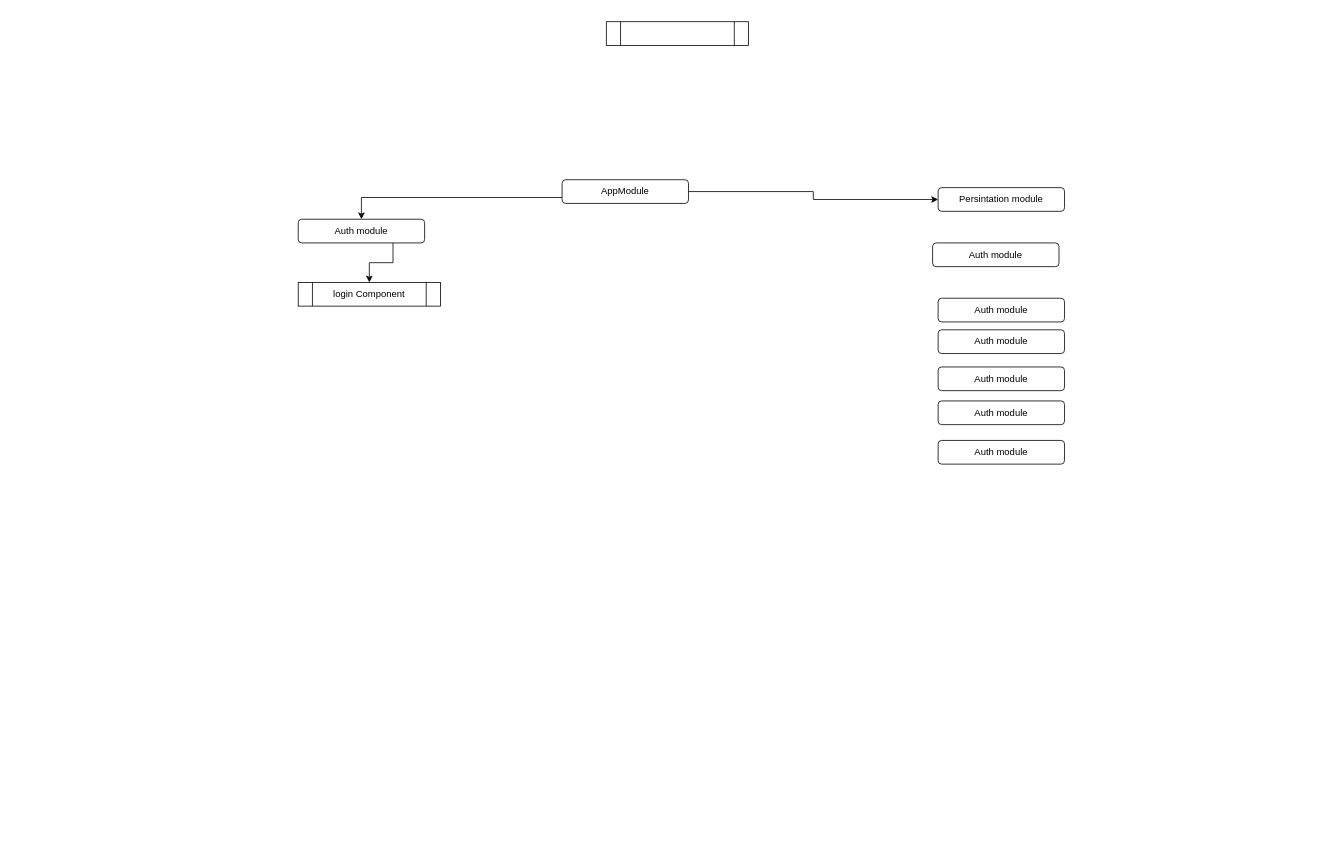
Ftohtarek/digram keeps this draw.io diagram as adminStructure.drawio. Above is the earlier version. Source tidied: cells renumbered, new cells numbered last; positions are measured from the earlier drawing's top-left corner, leaving out a move shared by most shapes. Both pictures are drawn from the tidied source at 79%, with x=0, y=0 at pixel (298, 21).
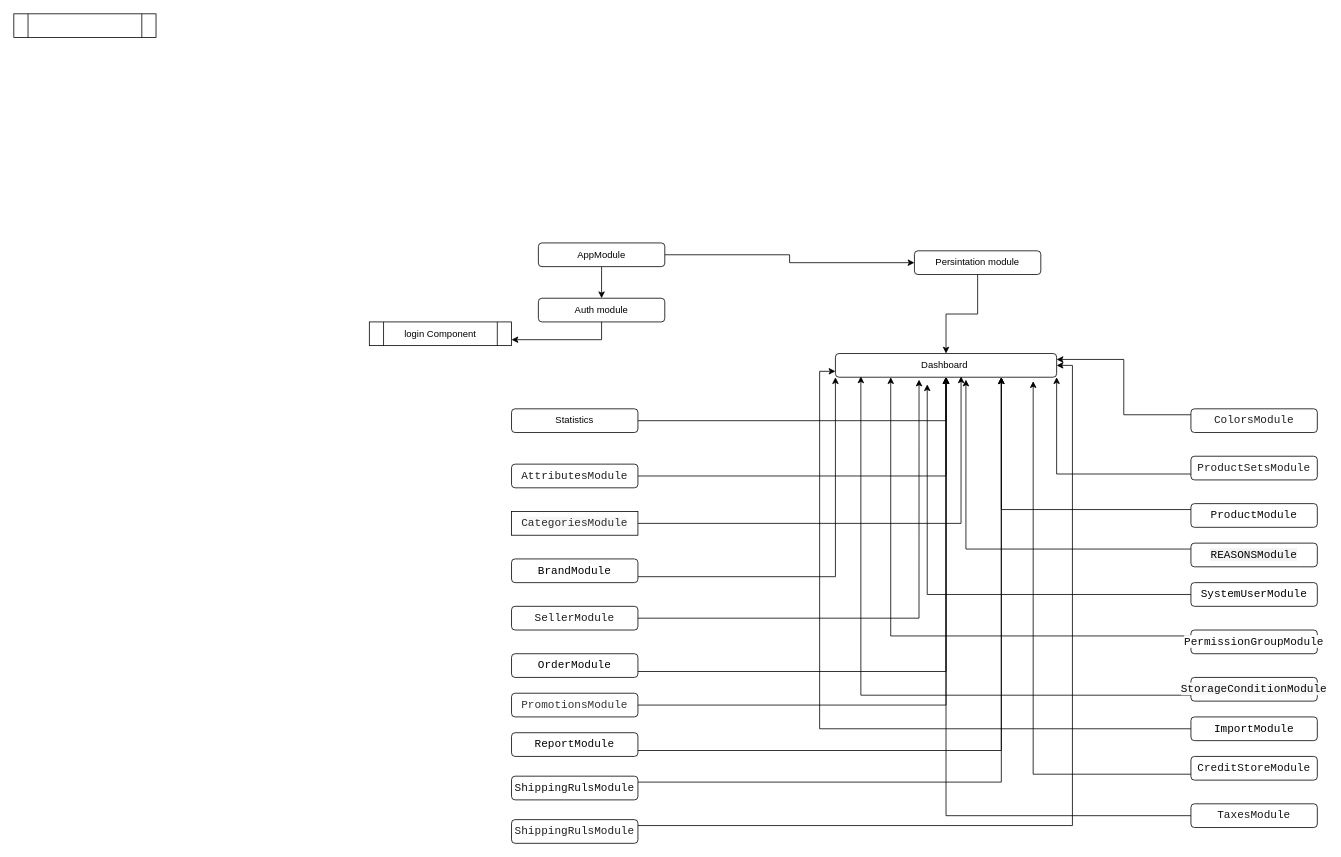
After the change.

The edit, as a diff of the source:
```diff
@@
+    <mxCell id="18" style="edgeStyle=orthogonalEdgeStyle;rounded=0;jettySize=auto;html=1;exitX=0.5;exitY=1;exitDx=0;exitDy=0;" parent="1" edge="1" source="2" target="16">
+      <mxGeometry relative="1" as="geometry" />
+    </mxCell>
     <mxCell id="2" value="Persintation module" style="rounded=1;whiteSpace=wrap;html=1;" parent="1" vertex="1">
-      <mxGeometry x="810" y="210" width="160" height="30" as="geometry" />
+      <mxGeometry x="780" y="290" width="160" height="30" as="geometry" />
     </mxCell>
+    <mxCell id="4" style="edgeStyle=orthogonalEdgeStyle;rounded=0;jettySize=auto;html=1;exitX=1;exitY=0.5;exitDx=0;exitDy=0;entryX=0;entryY=0.5;entryDx=0;entryDy=0;" parent="1" edge="1" source="5" target="2">
+      <mxGeometry relative="1" as="geometry" />
+    </mxCell>
-    <mxCell id="3" style="edgeStyle=orthogonalEdgeStyle;rounded=0;jettySize=auto;html=1;exitX=0;exitY=0.75;exitDx=0;exitDy=0;" parent="1" edge="1" source="5" target="7">
+    <mxCell id="3" style="edgeStyle=orthogonalEdgeStyle;rounded=0;jettySize=auto;html=1;exitX=0.5;exitY=1;exitDx=0;exitDy=0;entryX=0.5;entryY=0;entryDx=0;entryDy=0;" parent="1" edge="1" source="5" target="7">
       <mxGeometry relative="1" as="geometry" />
     </mxCell>
-    <mxCell id="4" style="edgeStyle=orthogonalEdgeStyle;rounded=0;jettySize=auto;html=1;exitX=1;exitY=0.5;exitDx=0;exitDy=0;entryX=0;entryY=0.5;entryDx=0;entryDy=0;" parent="1" edge="1" source="5" target="2">
-      <mxGeometry relative="1" as="geometry" />
-    </mxCell>
     <mxCell id="5" value="AppModule" style="rounded=1;whiteSpace=wrap;html=1;" parent="1" vertex="1">
-      <mxGeometry x="334" y="200" width="160" height="30" as="geometry" />
+      <mxGeometry x="304" y="280" width="160" height="30" as="geometry" />
     </mxCell>
-    <mxCell id="6" style="edgeStyle=orthogonalEdgeStyle;rounded=0;jettySize=auto;html=1;exitX=0.75;exitY=1;exitDx=0;exitDy=0;" parent="1" edge="1" source="7" target="12">
+    <mxCell id="6" style="edgeStyle=orthogonalEdgeStyle;rounded=0;jettySize=auto;html=1;exitX=0.5;exitY=1;exitDx=0;exitDy=0;entryX=1;entryY=0.75;entryDx=0;entryDy=0;" parent="1" edge="1" source="7" target="12">
       <mxGeometry relative="1" as="geometry" />
     </mxCell>
     <mxCell id="7" value="Auth module" style="rounded=1;whiteSpace=wrap;html=1;" parent="1" vertex="1">
-      <mxGeometry y="250" width="160" height="30" as="geometry" />
+      <mxGeometry x="304" y="350" width="160" height="30" as="geometry" />
     </mxCell>
@@
+    <mxCell id="19" style="edgeStyle=orthogonalEdgeStyle;rounded=0;jettySize=auto;html=1;exitX=0;exitY=0.25;exitDx=0;exitDy=0;entryX=1;entryY=0.25;entryDx=0;entryDy=0;" parent="1" edge="1" source="9" target="16">
+      <mxGeometry relative="1" as="geometry" />
+    </mxCell>
-    <mxCell id="9" value="Auth module" style="rounded=1;whiteSpace=wrap;html=1;" parent="1" vertex="1">
-      <mxGeometry x="810" y="350" width="160" height="30" as="geometry" />
+    <mxCell id="9" value="&lt;div style=&quot;font-family: Consolas, &amp;quot;Courier New&amp;quot;, monospace; font-size: 14px; line-height: 19px;&quot;&gt;&lt;font color=&quot;#1f1f1f&quot;&gt;ColorsModule&lt;/font&gt;&lt;/div&gt;" style="rounded=1;whiteSpace=wrap;html=1;" parent="1" vertex="1">
+      <mxGeometry x="1130" y="490" width="160" height="30" as="geometry" />
     </mxCell>
+    <mxCell id="20" style="edgeStyle=orthogonalEdgeStyle;rounded=0;jettySize=auto;html=1;exitX=1;exitY=0.5;exitDx=0;exitDy=0;entryX=0.5;entryY=1;entryDx=0;entryDy=0;" parent="1" edge="1" source="10" target="16">
+      <mxGeometry relative="1" as="geometry" />
+    </mxCell>
-    <mxCell id="10" value="Auth module" style="rounded=1;whiteSpace=wrap;html=1;" parent="1" vertex="1">
-      <mxGeometry x="803" y="280" width="160" height="30" as="geometry" />
+    <mxCell id="10" value="Statistics" style="rounded=1;whiteSpace=wrap;html=1;" parent="1" vertex="1">
+      <mxGeometry x="270" y="490" width="160" height="30" as="geometry" />
     </mxCell>
     <mxCell id="11" style="shape=process;whiteSpace=wrap;html=1;backgroundOutline=1;" parent="1" vertex="1">
-      <mxGeometry x="390" width="180" height="30" as="geometry" />
+      <mxGeometry x="-360" y="-10" width="180" height="30" as="geometry" />
     </mxCell>
     <mxCell id="12" value="login Component" style="shape=process;whiteSpace=wrap;html=1;backgroundOutline=1;" parent="1" vertex="1">
-      <mxGeometry y="330" width="180" height="30" as="geometry" />
+      <mxGeometry x="90" y="380" width="180" height="30" as="geometry" />
     </mxCell>
+    <mxCell id="21" style="edgeStyle=orthogonalEdgeStyle;rounded=0;jettySize=auto;html=1;exitX=1;exitY=0.5;exitDx=0;exitDy=0;" parent="1" edge="1" source="13" target="16">
+      <mxGeometry relative="1" as="geometry" />
+    </mxCell>
-    <mxCell id="13" value="Auth module" style="rounded=1;whiteSpace=wrap;html=1;" parent="1" vertex="1">
-      <mxGeometry x="810" y="390" width="160" height="30" as="geometry" />
+    <mxCell id="13" value="&lt;div style=&quot;font-family: Consolas, &amp;quot;Courier New&amp;quot;, monospace; font-size: 14px; line-height: 19px;&quot;&gt;&lt;span style=&quot;background-color: rgb(255, 255, 255);&quot;&gt;&lt;font color=&quot;#212121&quot;&gt;AttributesModule&lt;/font&gt;&lt;/span&gt;&lt;/div&gt;" style="rounded=1;whiteSpace=wrap;html=1;" parent="1" vertex="1">
+      <mxGeometry x="270" y="560" width="160" height="30" as="geometry" />
     </mxCell>
+    <mxCell id="22" style="edgeStyle=orthogonalEdgeStyle;rounded=0;jettySize=auto;html=1;entryX=0;entryY=0.75;entryDx=0;entryDy=0;" parent="1" edge="1" source="14" target="16">
+      <mxGeometry relative="1" as="geometry" />
+    </mxCell>
-    <mxCell id="14" value="Auth module" style="rounded=1;whiteSpace=wrap;html=1;" parent="1" vertex="1">
-      <mxGeometry x="810" y="437" width="160" height="30" as="geometry" />
+    <mxCell id="14" value="&lt;div style=&quot;font-family: Consolas, &amp;quot;Courier New&amp;quot;, monospace; font-size: 14px; line-height: 19px;&quot;&gt;&lt;div style=&quot;line-height: 19px;&quot;&gt;&lt;span style=&quot;background-color: rgb(252, 252, 252);&quot;&gt;ImportModule&lt;/span&gt;&lt;/div&gt;&lt;/div&gt;" style="rounded=1;whiteSpace=wrap;html=1;" parent="1" vertex="1">
+      <mxGeometry x="1130" y="880" width="160" height="30" as="geometry" />
     </mxCell>
+    <mxCell id="23" style="edgeStyle=orthogonalEdgeStyle;rounded=0;jettySize=auto;html=1;exitX=0;exitY=0.75;exitDx=0;exitDy=0;entryX=1;entryY=1;entryDx=0;entryDy=0;" parent="1" edge="1" source="15" target="16">
+      <mxGeometry relative="1" as="geometry" />
+    </mxCell>
-    <mxCell id="15" value="Auth module" style="rounded=1;whiteSpace=wrap;html=1;" parent="1" vertex="1">
-      <mxGeometry x="810" y="480" width="160" height="30" as="geometry" />
+    <mxCell id="15" value="&lt;div style=&quot;font-family: Consolas, &amp;quot;Courier New&amp;quot;, monospace; font-size: 14px; line-height: 19px;&quot;&gt;&lt;span style=&quot;background-color: rgb(255, 255, 255);&quot;&gt;&lt;font color=&quot;#1f1f1f&quot;&gt;ProductSetsModule&lt;/font&gt;&lt;/span&gt;&lt;/div&gt;" style="rounded=1;whiteSpace=wrap;html=1;" parent="1" vertex="1">
+      <mxGeometry x="1130" y="550" width="160" height="30" as="geometry" />
     </mxCell>
-    <mxCell id="16" value="Auth module" style="rounded=1;whiteSpace=wrap;html=1;" parent="1" vertex="1">
-      <mxGeometry x="810" y="530" width="160" height="30" as="geometry" />
+    <mxCell id="16" value="Dashboard&amp;nbsp;" style="rounded=1;whiteSpace=wrap;html=1;" parent="1" vertex="1">
+      <mxGeometry x="680" y="420" width="280" height="30" as="geometry" />
     </mxCell>
-    <mxCell id="17" style="edgeStyle=orthogonalEdgeStyle;rounded=0;orthogonalLoop=1;jettySize=auto;html=1;exitX=0.5;exitY=1;exitDx=0;exitDy=0;" parent="1" edge="1" source="13" target="13">
-      <mxGeometry relative="1" as="geometry" />
+    <mxCell id="17" style="edgeStyle=orthogonalEdgeStyle;rounded=0;orthogonalLoop=1;jettySize=auto;html=1;exitX=0.5;exitY=1;exitDx=0;exitDy=0;" parent="1" edge="1">
+      <mxGeometry relative="1" as="geometry">
+        <mxPoint x="470" y="570" as="sourcePoint" />
+        <mxPoint x="470" y="570" as="targetPoint" />
+      </mxGeometry>
     </mxCell>
+    <mxCell id="24" style="edgeStyle=orthogonalEdgeStyle;rounded=0;jettySize=auto;html=1;exitX=1;exitY=0.75;exitDx=0;exitDy=0;entryX=0;entryY=1;entryDx=0;entryDy=0;" parent="1" edge="1" source="25" target="16">
+      <mxGeometry relative="1" as="geometry" />
+    </mxCell>
+    <mxCell id="25" value="&lt;div style=&quot;font-family: Consolas, &amp;quot;Courier New&amp;quot;, monospace; font-size: 14px; line-height: 19px;&quot;&gt;&lt;span style=&quot;background-color: rgb(255, 255, 255);&quot;&gt;BrandModule&lt;/span&gt;&lt;/div&gt;" style="rounded=1;whiteSpace=wrap;html=1;" parent="1" vertex="1">
+      <mxGeometry x="270" y="680" width="160" height="30" as="geometry" />
+    </mxCell>
+    <mxCell id="26" style="edgeStyle=orthogonalEdgeStyle;rounded=0;jettySize=auto;html=1;exitX=0;exitY=0.25;exitDx=0;exitDy=0;entryX=0.59;entryY=1.1;entryDx=0;entryDy=0;entryPerimeter=0;" parent="1" edge="1" source="27" target="16">
+      <mxGeometry relative="1" as="geometry" />
+    </mxCell>
+    <mxCell id="27" value="&lt;div style=&quot;font-family: Consolas, &amp;quot;Courier New&amp;quot;, monospace; font-size: 14px; line-height: 19px;&quot;&gt;&lt;span style=&quot;background-color: rgb(242, 242, 242);&quot;&gt;&lt;font color=&quot;#050505&quot;&gt;REASONSModule&lt;/font&gt;&lt;/span&gt;&lt;/div&gt;" style="rounded=1;whiteSpace=wrap;html=1;" parent="1" vertex="1">
+      <mxGeometry x="1130" y="660" width="160" height="30" as="geometry" />
+    </mxCell>
+    <mxCell id="28" style="edgeStyle=orthogonalEdgeStyle;rounded=0;jettySize=auto;html=1;exitX=1;exitY=0.5;exitDx=0;exitDy=0;entryX=0.568;entryY=0.967;entryDx=0;entryDy=0;entryPerimeter=0;" parent="1" edge="1" source="29" target="16">
+      <mxGeometry relative="1" as="geometry" />
+    </mxCell>
+    <mxCell id="29" value="&lt;div style=&quot;font-family: Consolas, &amp;quot;Courier New&amp;quot;, monospace; font-size: 14px; line-height: 19px;&quot;&gt;&lt;span style=&quot;background-color: rgb(247, 247, 247);&quot;&gt;&lt;font color=&quot;#2b2b2b&quot;&gt;CategoriesModule&lt;/font&gt;&lt;/span&gt;&lt;/div&gt;" style="rounded=1;whiteSpace=wrap;html=1;arcSize=0;" parent="1" vertex="1">
+      <mxGeometry x="270" y="620" width="160" height="30" as="geometry" />
+    </mxCell>
+    <mxCell id="30" style="edgeStyle=orthogonalEdgeStyle;rounded=0;jettySize=auto;html=1;exitX=0;exitY=0.25;exitDx=0;exitDy=0;entryX=0.75;entryY=1;entryDx=0;entryDy=0;" parent="1" edge="1" source="31" target="16">
+      <mxGeometry relative="1" as="geometry" />
+    </mxCell>
+    <mxCell id="31" value="&lt;div style=&quot;font-family: Consolas, &amp;quot;Courier New&amp;quot;, monospace; font-size: 14px; line-height: 19px;&quot;&gt;&lt;span style=&quot;background-color: rgb(255, 255, 255);&quot;&gt;&lt;font color=&quot;#0a0a0a&quot;&gt;ProductModule&lt;/font&gt;&lt;/span&gt;&lt;/div&gt;" style="rounded=1;whiteSpace=wrap;html=1;" parent="1" vertex="1">
+      <mxGeometry x="1130" y="610" width="160" height="30" as="geometry" />
+    </mxCell>
+    <mxCell id="32" style="edgeStyle=orthogonalEdgeStyle;rounded=0;jettySize=auto;html=1;exitX=1;exitY=0.75;exitDx=0;exitDy=0;entryX=0.5;entryY=1;entryDx=0;entryDy=0;" parent="1" edge="1" source="33" target="16">
+      <mxGeometry relative="1" as="geometry" />
+    </mxCell>
+    <mxCell id="33" value="&lt;div style=&quot;font-family: Consolas, &amp;quot;Courier New&amp;quot;, monospace; font-size: 14px; line-height: 19px;&quot;&gt;&lt;div style=&quot;line-height: 19px;&quot;&gt;&lt;font style=&quot;&quot; color=&quot;#030303&quot;&gt;OrderModule&lt;/font&gt;&lt;/div&gt;&lt;/div&gt;" style="rounded=1;whiteSpace=wrap;html=1;" parent="1" vertex="1">
+      <mxGeometry x="270" y="800" width="160" height="30" as="geometry" />
+    </mxCell>
+    <mxCell id="34" style="edgeStyle=orthogonalEdgeStyle;rounded=0;jettySize=auto;html=1;exitX=0;exitY=0.75;exitDx=0;exitDy=0;entryX=0.115;entryY=0.967;entryDx=0;entryDy=0;entryPerimeter=0;" parent="1" edge="1" source="35" target="16">
+      <mxGeometry relative="1" as="geometry" />
+    </mxCell>
+    <mxCell id="35" value="&lt;div style=&quot;font-family: Consolas, &amp;quot;Courier New&amp;quot;, monospace; font-size: 14px; line-height: 19px;&quot;&gt;&lt;div style=&quot;line-height: 19px;&quot;&gt;&lt;font style=&quot;background-color: rgb(247, 247, 247);&quot; color=&quot;#080808&quot;&gt;StorageConditionModule&lt;/font&gt;&lt;/div&gt;&lt;/div&gt;" style="rounded=1;whiteSpace=wrap;html=1;" parent="1" vertex="1">
+      <mxGeometry x="1130" y="830" width="160" height="30" as="geometry" />
+    </mxCell>
+    <mxCell id="36" style="edgeStyle=orthogonalEdgeStyle;rounded=0;jettySize=auto;html=1;exitX=1;exitY=0.5;exitDx=0;exitDy=0;entryX=0.378;entryY=1.1;entryDx=0;entryDy=0;entryPerimeter=0;" parent="1" edge="1" source="37" target="16">
+      <mxGeometry relative="1" as="geometry" />
+    </mxCell>
+    <mxCell id="37" value="&lt;div style=&quot;font-family: Consolas, &amp;quot;Courier New&amp;quot;, monospace; font-size: 14px; line-height: 19px;&quot;&gt;&lt;div style=&quot;line-height: 19px;&quot;&gt;&lt;font style=&quot;background-color: rgb(255, 255, 255);&quot; color=&quot;#1c1c1c&quot;&gt;SellerModule&lt;/font&gt;&lt;/div&gt;&lt;/div&gt;" style="rounded=1;whiteSpace=wrap;html=1;" parent="1" vertex="1">
+      <mxGeometry x="270" y="740" width="160" height="30" as="geometry" />
+    </mxCell>
+    <mxCell id="38" style="edgeStyle=orthogonalEdgeStyle;rounded=0;jettySize=auto;html=1;exitX=0;exitY=0.5;exitDx=0;exitDy=0;entryX=0.415;entryY=1.3;entryDx=0;entryDy=0;entryPerimeter=0;" parent="1" edge="1" source="39" target="16">
+      <mxGeometry relative="1" as="geometry" />
+    </mxCell>
+    <mxCell id="39" value="&lt;div style=&quot;font-family: Consolas, &amp;quot;Courier New&amp;quot;, monospace; font-size: 14px; line-height: 19px;&quot;&gt;&lt;span style=&quot;background-color: rgb(255, 255, 255);&quot;&gt;SystemUserModule&lt;/span&gt;&lt;/div&gt;" style="rounded=1;whiteSpace=wrap;html=1;" parent="1" vertex="1">
+      <mxGeometry x="1130" y="710" width="160" height="30" as="geometry" />
+    </mxCell>
+    <mxCell id="40" style="edgeStyle=orthogonalEdgeStyle;rounded=0;jettySize=auto;html=1;exitX=0;exitY=0.25;exitDx=0;exitDy=0;entryX=0.25;entryY=1;entryDx=0;entryDy=0;" parent="1" edge="1" source="41" target="16">
+      <mxGeometry relative="1" as="geometry" />
+    </mxCell>
+    <mxCell id="41" value="&lt;div style=&quot;font-family: Consolas, &amp;quot;Courier New&amp;quot;, monospace; font-size: 14px; line-height: 19px;&quot;&gt;&lt;div style=&quot;line-height: 19px;&quot;&gt;&lt;font style=&quot;background-color: rgb(255, 255, 255);&quot; color=&quot;#0a0a0a&quot;&gt;PermissionGroupModule&lt;/font&gt;&lt;/div&gt;&lt;/div&gt;" style="rounded=1;whiteSpace=wrap;html=1;" parent="1" vertex="1">
+      <mxGeometry x="1130" y="770" width="160" height="30" as="geometry" />
+    </mxCell>
+    <mxCell id="42" style="edgeStyle=orthogonalEdgeStyle;rounded=0;jettySize=auto;html=1;exitX=1;exitY=0.5;exitDx=0;exitDy=0;entryX=0.5;entryY=1;entryDx=0;entryDy=0;" parent="1" edge="1" source="43" target="16">
+      <mxGeometry relative="1" as="geometry" />
+    </mxCell>
+    <mxCell id="43" value="&lt;div style=&quot;font-family: Consolas, &amp;quot;Courier New&amp;quot;, monospace; font-size: 14px; line-height: 19px;&quot;&gt;&lt;div style=&quot;line-height: 19px;&quot;&gt;&lt;div style=&quot;line-height: 19px;&quot;&gt;&lt;font style=&quot;&quot; color=&quot;#363636&quot;&gt;PromotionsModule&lt;/font&gt;&lt;/div&gt;&lt;/div&gt;&lt;/div&gt;" style="rounded=1;whiteSpace=wrap;html=1;" parent="1" vertex="1">
+      <mxGeometry x="270" y="850" width="160" height="30" as="geometry" />
+    </mxCell>
+    <mxCell id="44" style="edgeStyle=orthogonalEdgeStyle;rounded=0;jettySize=auto;html=1;exitX=0;exitY=0.75;exitDx=0;exitDy=0;entryX=0.894;entryY=1.167;entryDx=0;entryDy=0;entryPerimeter=0;" parent="1" edge="1" source="45" target="16">
+      <mxGeometry relative="1" as="geometry" />
+    </mxCell>
+    <mxCell id="45" value="&lt;div style=&quot;font-family: Consolas, &amp;quot;Courier New&amp;quot;, monospace; font-size: 14px; line-height: 19px;&quot;&gt;&lt;div style=&quot;line-height: 19px;&quot;&gt;&lt;div style=&quot;line-height: 19px;&quot;&gt;&lt;font style=&quot;&quot; color=&quot;#0f0f0f&quot;&gt;CreditStoreModule&lt;/font&gt;&lt;/div&gt;&lt;/div&gt;&lt;/div&gt;" style="rounded=1;whiteSpace=wrap;html=1;" parent="1" vertex="1">
+      <mxGeometry x="1130" y="930" width="160" height="30" as="geometry" />
+    </mxCell>
+    <mxCell id="46" style="edgeStyle=orthogonalEdgeStyle;rounded=0;jettySize=auto;html=1;exitX=1;exitY=0.25;exitDx=0;exitDy=0;entryX=1;entryY=0.5;entryDx=0;entryDy=0;" parent="1" edge="1" source="47" target="16">
+      <mxGeometry relative="1" as="geometry" />
+    </mxCell>
+    <mxCell id="47" value="&lt;div style=&quot;font-family: Consolas, &amp;quot;Courier New&amp;quot;, monospace; font-size: 14px; line-height: 19px;&quot;&gt;&lt;div style=&quot;line-height: 19px;&quot;&gt;&lt;div style=&quot;line-height: 19px;&quot;&gt;&lt;font style=&quot;&quot; color=&quot;#1f1f1f&quot;&gt;ShippingRulsModule&lt;/font&gt;&lt;/div&gt;&lt;/div&gt;&lt;/div&gt;" style="rounded=1;whiteSpace=wrap;html=1;" parent="1" vertex="1">
+      <mxGeometry x="270" y="1010" width="160" height="30" as="geometry" />
+    </mxCell>
+    <mxCell id="48" style="edgeStyle=orthogonalEdgeStyle;rounded=0;jettySize=auto;html=1;exitX=1;exitY=0.25;exitDx=0;exitDy=0;entryX=0.75;entryY=1;entryDx=0;entryDy=0;" parent="1" edge="1" source="49" target="16">
+      <mxGeometry relative="1" as="geometry" />
+    </mxCell>
+    <mxCell id="49" value="&lt;div style=&quot;font-family: Consolas, &amp;quot;Courier New&amp;quot;, monospace; font-size: 14px; line-height: 19px;&quot;&gt;&lt;div style=&quot;line-height: 19px;&quot;&gt;&lt;div style=&quot;line-height: 19px;&quot;&gt;&lt;font style=&quot;&quot; color=&quot;#121212&quot;&gt;ShippingRulsModule&lt;/font&gt;&lt;/div&gt;&lt;/div&gt;&lt;/div&gt;" style="rounded=1;whiteSpace=wrap;html=1;" parent="1" vertex="1">
+      <mxGeometry x="270" y="955" width="160" height="30" as="geometry" />
+    </mxCell>
+    <mxCell id="50" style="edgeStyle=orthogonalEdgeStyle;rounded=0;jettySize=auto;html=1;exitX=0;exitY=0.5;exitDx=0;exitDy=0;" parent="1" edge="1" source="51" target="16">
+      <mxGeometry relative="1" as="geometry" />
+    </mxCell>
+    <mxCell id="51" value="&lt;div style=&quot;font-family: Consolas, &amp;quot;Courier New&amp;quot;, monospace; font-size: 14px; line-height: 19px;&quot;&gt;&lt;div style=&quot;line-height: 19px;&quot;&gt;&lt;div style=&quot;line-height: 19px;&quot;&gt;&lt;font style=&quot;&quot; color=&quot;#171717&quot;&gt;TaxesModule&lt;/font&gt;&lt;/div&gt;&lt;/div&gt;&lt;/div&gt;" style="rounded=1;whiteSpace=wrap;html=1;" parent="1" vertex="1">
+      <mxGeometry x="1130" y="990" width="160" height="30" as="geometry" />
+    </mxCell>
+    <mxCell id="52" style="edgeStyle=orthogonalEdgeStyle;rounded=0;jettySize=auto;html=1;exitX=1;exitY=0.75;exitDx=0;exitDy=0;entryX=0.75;entryY=1;entryDx=0;entryDy=0;" parent="1" edge="1" source="53" target="16">
+      <mxGeometry relative="1" as="geometry" />
+    </mxCell>
+    <mxCell id="53" value="&lt;div style=&quot;font-family: Consolas, &amp;quot;Courier New&amp;quot;, monospace; font-size: 14px; line-height: 19px;&quot;&gt;&lt;div style=&quot;line-height: 19px;&quot;&gt;&lt;div style=&quot;line-height: 19px;&quot;&gt;&lt;font style=&quot;&quot; color=&quot;#030303&quot;&gt;ReportModule&lt;/font&gt;&lt;/div&gt;&lt;/div&gt;&lt;/div&gt;" style="rounded=1;whiteSpace=wrap;html=1;" parent="1" vertex="1">
+      <mxGeometry x="270" y="900" width="160" height="30" as="geometry" />
+    </mxCell>
```
